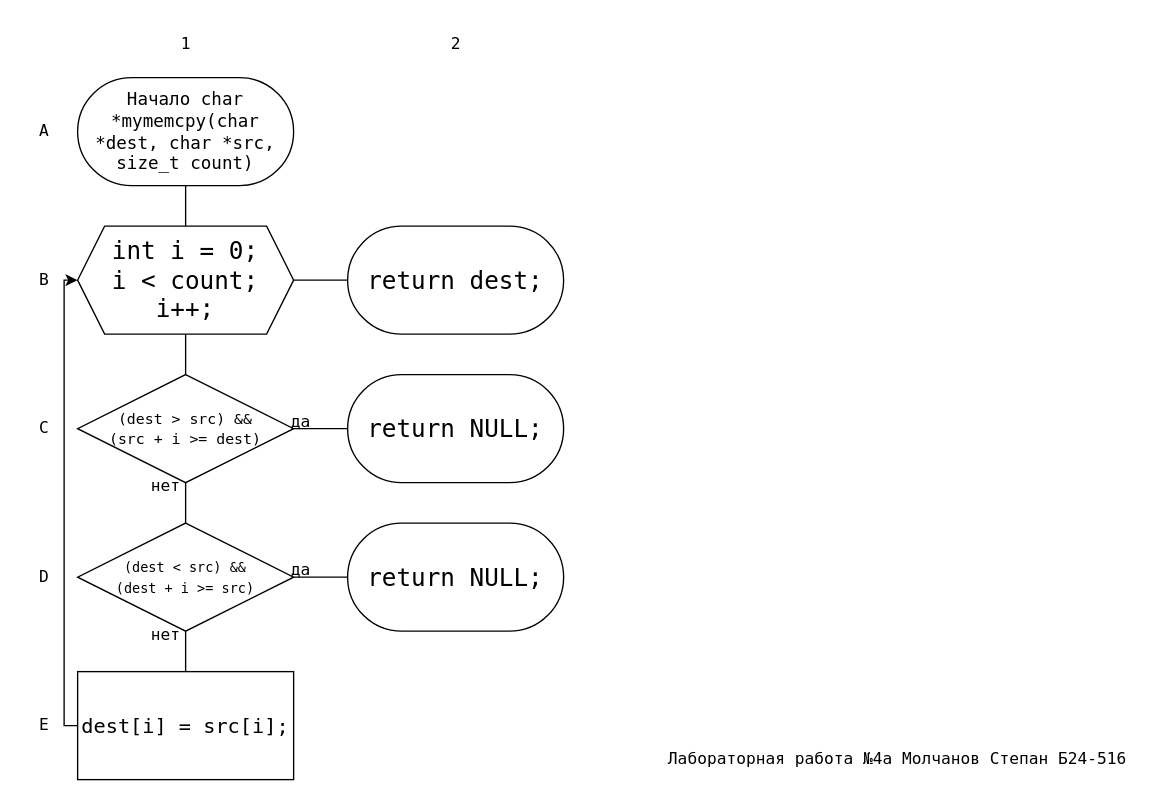
molchanov71/MEPhIflowcharts keeps this draw.io diagram as page "mymemcpy" (9 of 9) of lab4/flowchart.drawio. Above is the earlier version. Source tidied: cells renumbered, new cells numbered last; positions are measured from the earlier drawing's top-left corner, leaving out a move shared by most shapes. Both pictures are drawn from the tidied source at 135%, with x=0, y=0 at pixel (23, 23).
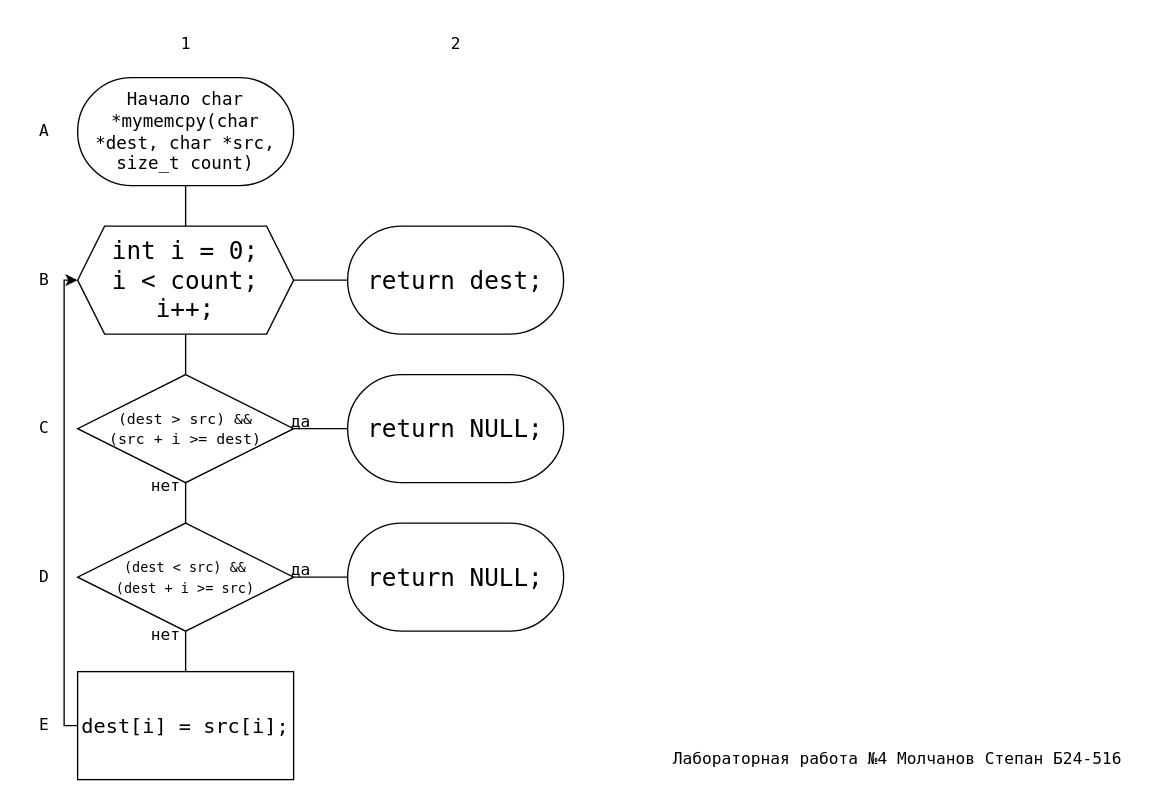
The same page after the edit.

What changed in the source:
```diff
@@
-    <mxCell id="29" value="&lt;font face=&quot;Lucida Console&quot;&gt;Лабораторная работа №4а Молчанов Степан Б24-516&lt;/font&gt;" style="text;html=1;align=center;verticalAlign=middle;strokeColor=none;fillColor=none;" parent="1" vertex="1">
+    <mxCell id="29" value="&lt;font face=&quot;Lucida Console&quot;&gt;Лабораторная работа №4 Молчанов Степан Б24-516&lt;/font&gt;" style="text;html=1;align=center;verticalAlign=middle;strokeColor=none;fillColor=none;" parent="1" vertex="1">
       <mxGeometry x="467" y="530" width="360" height="30" as="geometry" />
     </mxCell>
```
